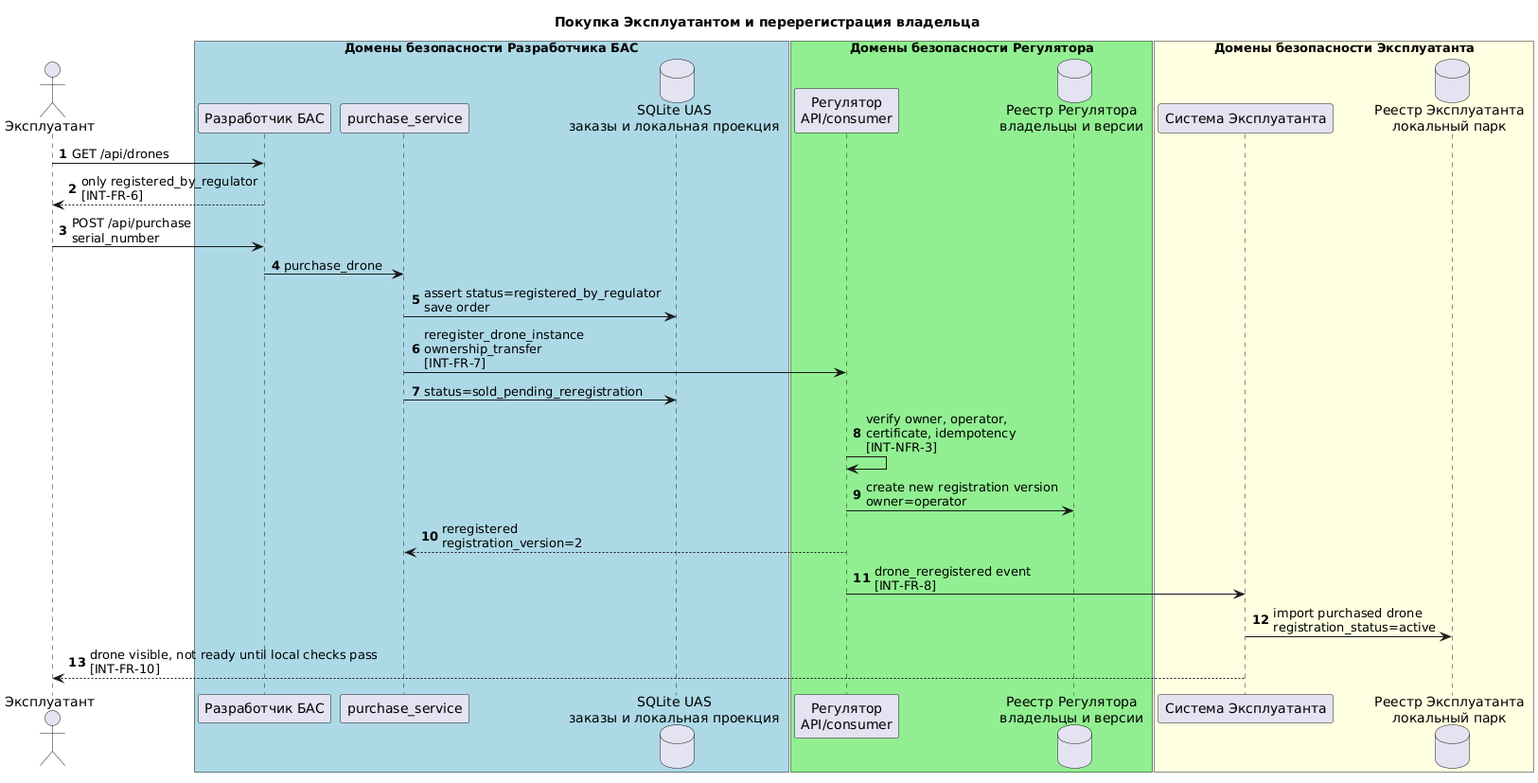
Above: systems/uas_dev_company/docs/diagrams/integration_purchase_reregistration.png in sergeysobolev-spbu/sbd-drones-economics (PlantUML), before the change. Source of this version:
```plantuml
@startuml integration_purchase_reregistration
title Покупка Эксплуатантом и перерегистрация владельца

autonumber
actor "Эксплуатант" as Op
box "Домены безопасности Разработчика БАС" #LightBlue
    participant "Разработчик БАС" as UAS
    participant "purchase_service" as Purchase
    database "SQLite UAS\nзаказы и локальная проекция" as UDB
end box

box "Домены безопасности Регулятора" #LightGreen
    participant "Регулятор\nAPI/consumer" as REG
    database "Реестр Регулятора\nвладельцы и версии" as REGDB
end box

box "Домены безопасности Эксплуатанта" #LightYellow
    participant "Система Эксплуатанта" as OPS
    database "Реестр Эксплуатанта\nлокальный парк" as ODB
end box

Op -> UAS : GET /api/drones
UAS --> Op : only registered_by_regulator\n[INT-FR-6]
Op -> UAS : POST /api/purchase\nserial_number
UAS -> Purchase : purchase_drone
Purchase -> UDB : assert status=registered_by_regulator\nsave order
Purchase -> REG : reregister_drone_instance\nownership_transfer\n[INT-FR-7]
Purchase -> UDB : status=sold_pending_reregistration
REG -> REG : verify owner, operator,\ncertificate, idempotency\n[INT-NFR-3]
REG -> REGDB : create new registration version\nowner=operator
REG --> Purchase : reregistered\nregistration_version=2
REG -> OPS : drone_reregistered event\n[INT-FR-8]
OPS -> ODB : import purchased drone\nregistration_status=active
OPS --> Op : drone visible, not ready until local checks pass\n[INT-FR-10]
@enduml
```
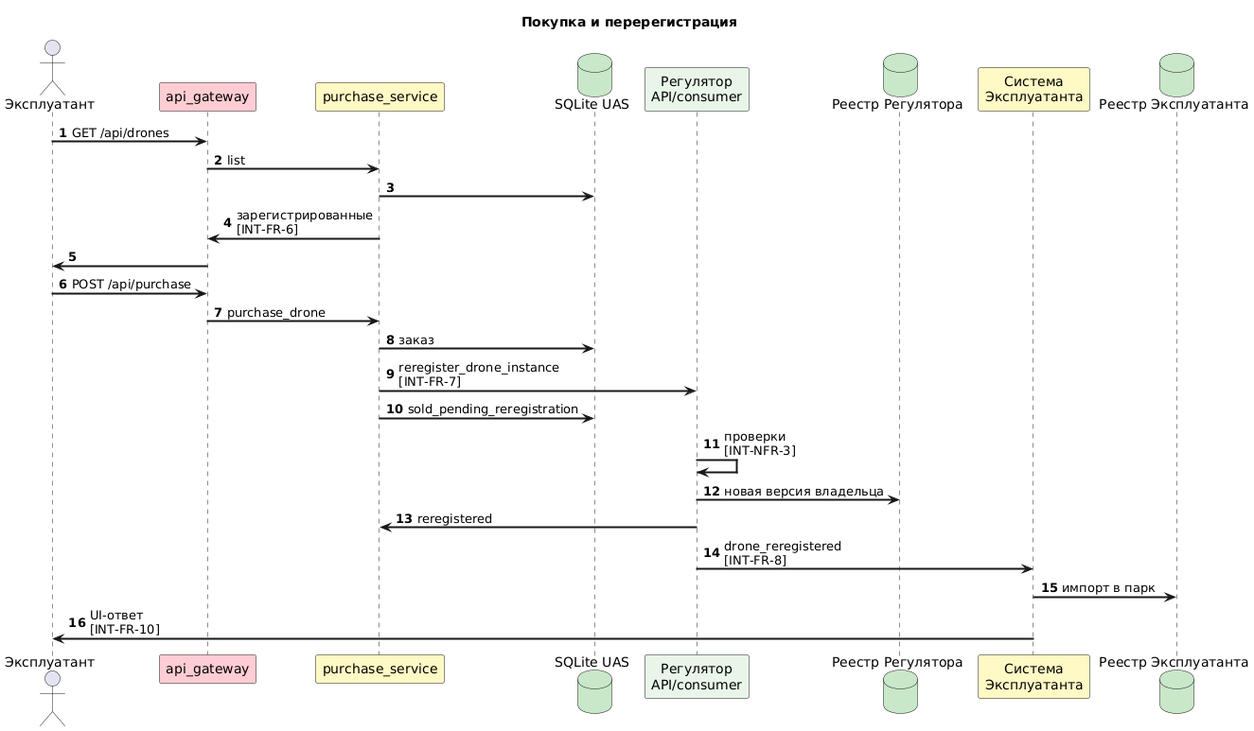
The same diagram one commit later.

Diff of the diagram source:
```diff
@@ -1,35 +1,32 @@
 @startuml integration_purchase_reregistration
-title Покупка Эксплуатантом и перерегистрация владельца
+title Покупка и перерегистрация
+
+skinparam ArrowThickness 2
 
 autonumber
 actor "Эксплуатант" as Op
-box "Домены безопасности Разработчика БАС" #LightBlue
-    participant "Разработчик БАС" as UAS
-    participant "purchase_service" as Purchase
-    database "SQLite UAS\nзаказы и локальная проекция" as UDB
-end box
+participant "api_gateway" as GW #FFCDD2
+participant "purchase_service" as Purchase #FFF9C4
+database "SQLite UAS" as UDB #C8E6C9
+participant "Регулятор\nAPI/consumer" as REG #E8F5E9
+database "Реестр Регулятора" as REGDB #C8E6C9
+participant "Система\nЭксплуатанта" as OPS #FFF9C4
+database "Реестр Эксплуатанта" as ODB #C8E6C9
 
-box "Домены безопасности Регулятора" #LightGreen
-    participant "Регулятор\nAPI/consumer" as REG
-    database "Реестр Регулятора\nвладельцы и версии" as REGDB
-end box
-
-box "Домены безопасности Эксплуатанта" #LightYellow
-    participant "Система Эксплуатанта" as OPS
-    database "Реестр Эксплуатанта\nлокальный парк" as ODB
-end box
-
-Op -> UAS : GET /api/drones
-UAS --> Op : only registered_by_regulator\n[INT-FR-6]
-Op -> UAS : POST /api/purchase\nserial_number
-UAS -> Purchase : purchase_drone
-Purchase -> UDB : assert status=registered_by_regulator\nsave order
-Purchase -> REG : reregister_drone_instance\nownership_transfer\n[INT-FR-7]
-Purchase -> UDB : status=sold_pending_reregistration
-REG -> REG : verify owner, operator,\ncertificate, idempotency\n[INT-NFR-3]
-REG -> REGDB : create new registration version\nowner=operator
-REG --> Purchase : reregistered\nregistration_version=2
-REG -> OPS : drone_reregistered event\n[INT-FR-8]
-OPS -> ODB : import purchased drone\nregistration_status=active
-OPS --> Op : drone visible, not ready until local checks pass\n[INT-FR-10]
+Op -> GW : GET /api/drones
+GW -> Purchase : list
+Purchase -> UDB
+Purchase -> GW : зарегистрированные\n[INT-FR-6]
+GW -> Op
+Op -> GW : POST /api/purchase
+GW -> Purchase : purchase_drone
+Purchase -> UDB : заказ
+Purchase -> REG : reregister_drone_instance\n[INT-FR-7]
+Purchase -> UDB : sold_pending_reregistration
+REG -> REG : проверки\n[INT-NFR-3]
+REG -> REGDB : новая версия владельца
+REG -> Purchase : reregistered
+REG -> OPS : drone_reregistered\n[INT-FR-8]
+OPS -> ODB : импорт в парк
+OPS -> Op : UI-ответ\n[INT-FR-10]
 @enduml
```
